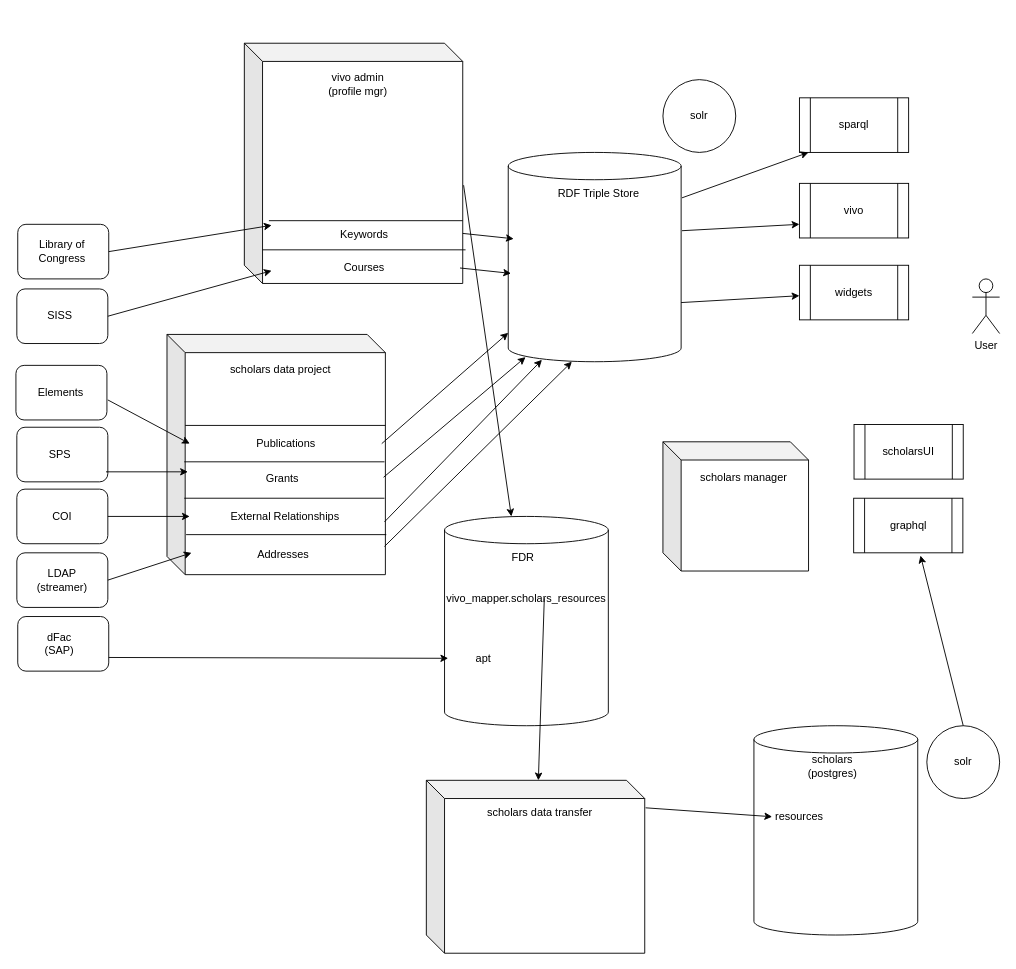
Before: Untitled Diagram.drawio in tibbs001/scholars, a draw.io diagram. Source tidied: cells renumbered, new cells numbered last; positions are measured from the earlier drawing's top-left corner, leaving out a move shared by most shapes. Both pictures are drawn from the tidied source at 91%, with x=0, y=0 at pixel (15, 43).
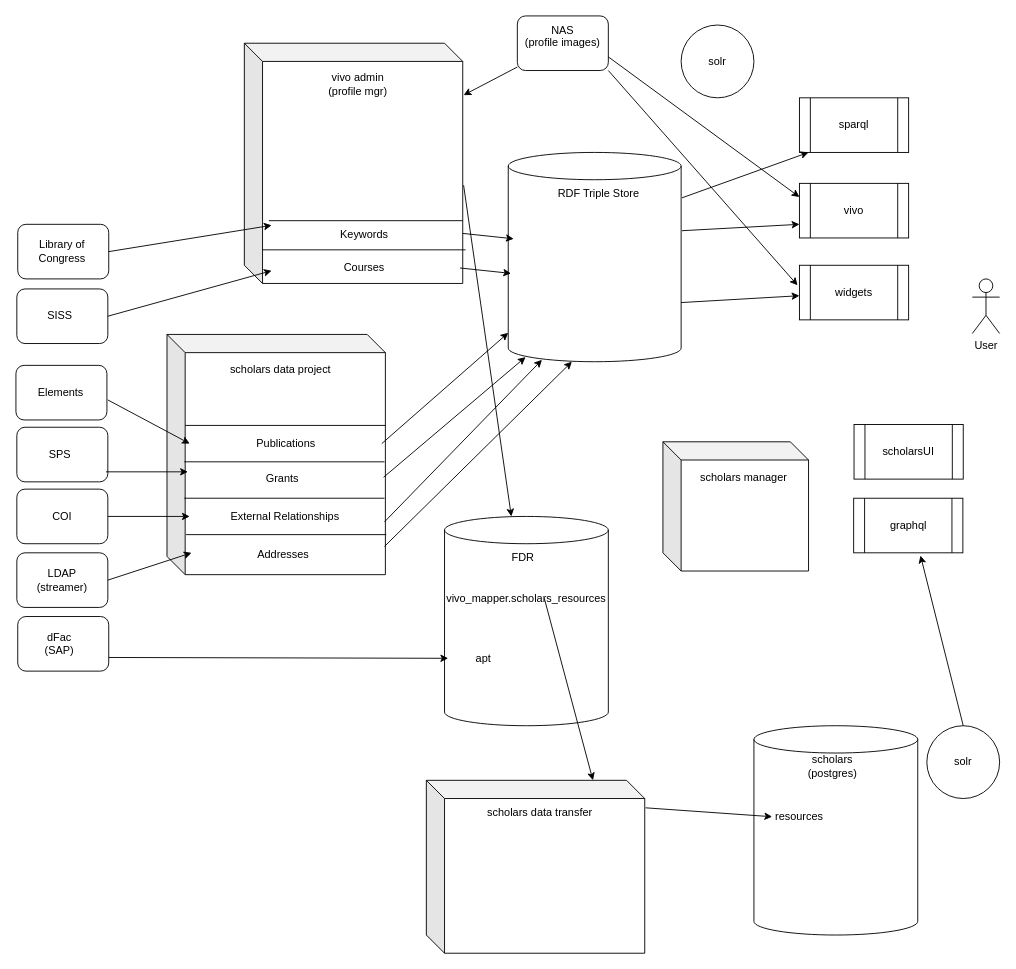
After the change.

The change refers to these unchanged cells:
```xml
<mxCell id="2" style="shape=cube;whiteSpace=wrap;html=1;boundedLbl=1;backgroundOutline=1;darkOpacity=0.05;darkOpacity2=0.1;" parent="1" vertex="1">
  <mxGeometry x="451" y="810" width="240" height="190" as="geometry" />
</mxCell>
<mxCell id="18" value="&lt;div&gt;vivo_mapper.scholars_resources&lt;/div&gt;&lt;div&gt;&lt;br&gt;&lt;/div&gt;&lt;div&gt;&lt;br&gt;&lt;/div&gt;" style="text;html=1;strokeColor=none;fillColor=none;align=center;verticalAlign=middle;whiteSpace=wrap;rounded=0;" parent="15" vertex="1">
  <mxGeometry x="50.9" y="90" width="78.3" height="30" as="geometry" />
</mxCell>
<mxCell id="29" style="shape=cube;whiteSpace=wrap;html=1;boundedLbl=1;backgroundOutline=1;darkOpacity=0.05;darkOpacity2=0.1;" parent="1" vertex="1">
  <mxGeometry x="251" width="240" height="264" as="geometry" />
</mxCell>
<mxCell id="67" value="vivo" style="shape=process;whiteSpace=wrap;html=1;backgroundOutline=1;" parent="1" vertex="1">
  <mxGeometry x="861" y="154" width="120" height="60" as="geometry" />
</mxCell>
<mxCell id="68" value="&lt;div&gt;widgets&lt;/div&gt;" style="shape=process;whiteSpace=wrap;html=1;backgroundOutline=1;" parent="1" vertex="1">
  <mxGeometry x="861" y="244" width="120" height="60" as="geometry" />
</mxCell>
```

What changed in the source:
```diff
@@
     <mxCell id="60" value="solr" style="ellipse;whiteSpace=wrap;html=1;" parent="1" vertex="1">
-      <mxGeometry x="711" y="40" width="80" height="80" as="geometry" />
+      <mxGeometry x="731" y="-20" width="80" height="80" as="geometry" />
     </mxCell>
@@
-    <mxCell id="62" style="endArrow=classic;html=1;rounded=0;exitX=0.75;exitY=0;exitDx=0;exitDy=0;" parent="1" edge="1" source="18" target="2">
+    <mxCell id="62" style="endArrow=classic;html=1;rounded=0;exitX=0.75;exitY=0;exitDx=0;exitDy=0;entryX=0.763;entryY=0;entryDx=0;entryDy=0;entryPerimeter=0;" parent="1" edge="1" source="18" target="2">
       <mxGeometry relative="1" as="geometry" />
     </mxCell>
@@
+    <mxCell id="78" value="&lt;div&gt;NAS&lt;/div&gt;&lt;div&gt;(profile images)&lt;/div&gt;&lt;div&gt;&lt;br&gt;&lt;/div&gt;" style="rounded=1;whiteSpace=wrap;html=1;" parent="1" vertex="1">
+      <mxGeometry x="551" y="-30" width="100" height="60" as="geometry" />
+    </mxCell>
+    <mxCell id="79" style="endArrow=classic;html=1;rounded=0;entryX=1.004;entryY=0.216;entryDx=0;entryDy=0;entryPerimeter=0;" parent="1" edge="1" source="78" target="29">
+      <mxGeometry relative="1" as="geometry" />
+    </mxCell>
+    <mxCell id="80" style="endArrow=classic;html=1;rounded=0;exitX=1;exitY=0.75;exitDx=0;exitDy=0;entryX=0;entryY=0.25;entryDx=0;entryDy=0;" parent="1" edge="1" source="78" target="67">
+      <mxGeometry relative="1" as="geometry" />
+    </mxCell>
+    <mxCell id="81" style="endArrow=classic;html=1;rounded=0;exitX=1;exitY=1;exitDx=0;exitDy=0;entryX=-0.017;entryY=0.367;entryDx=0;entryDy=0;entryPerimeter=0;" parent="1" edge="1" source="78" target="68">
+      <mxGeometry relative="1" as="geometry" />
+    </mxCell>
```
